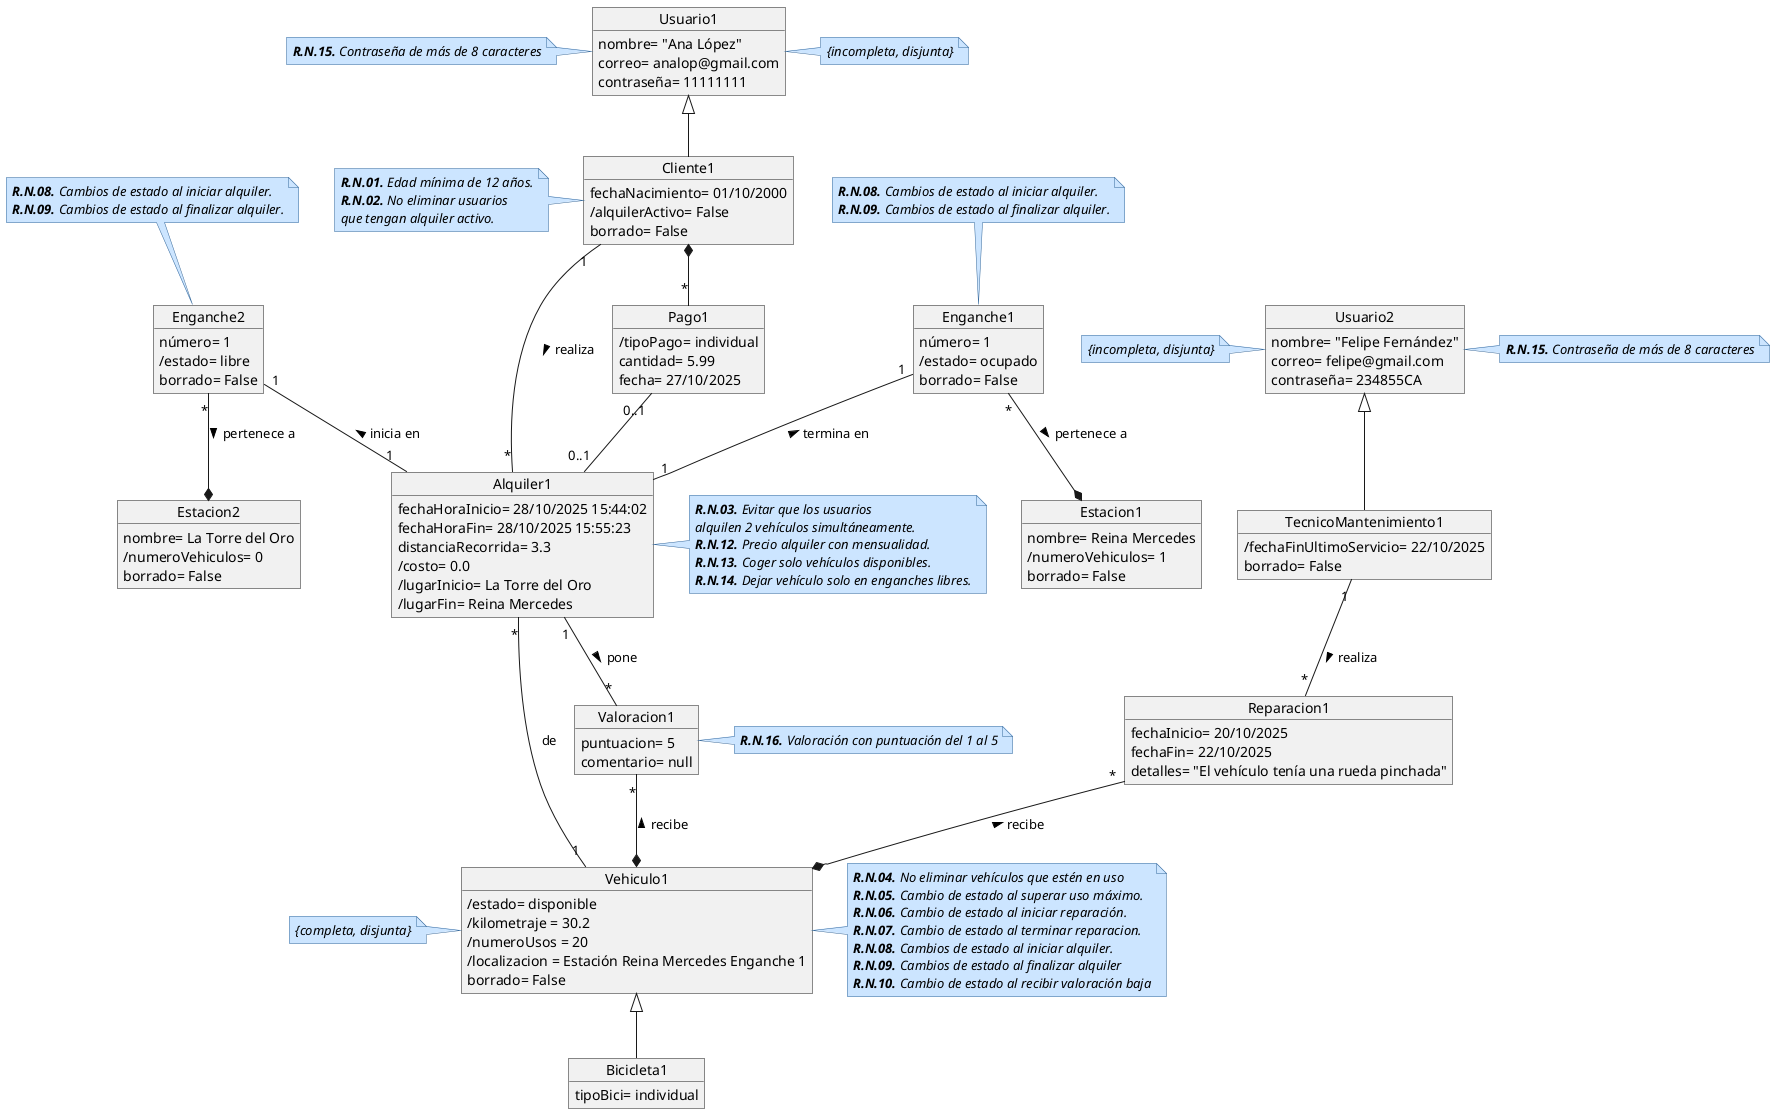
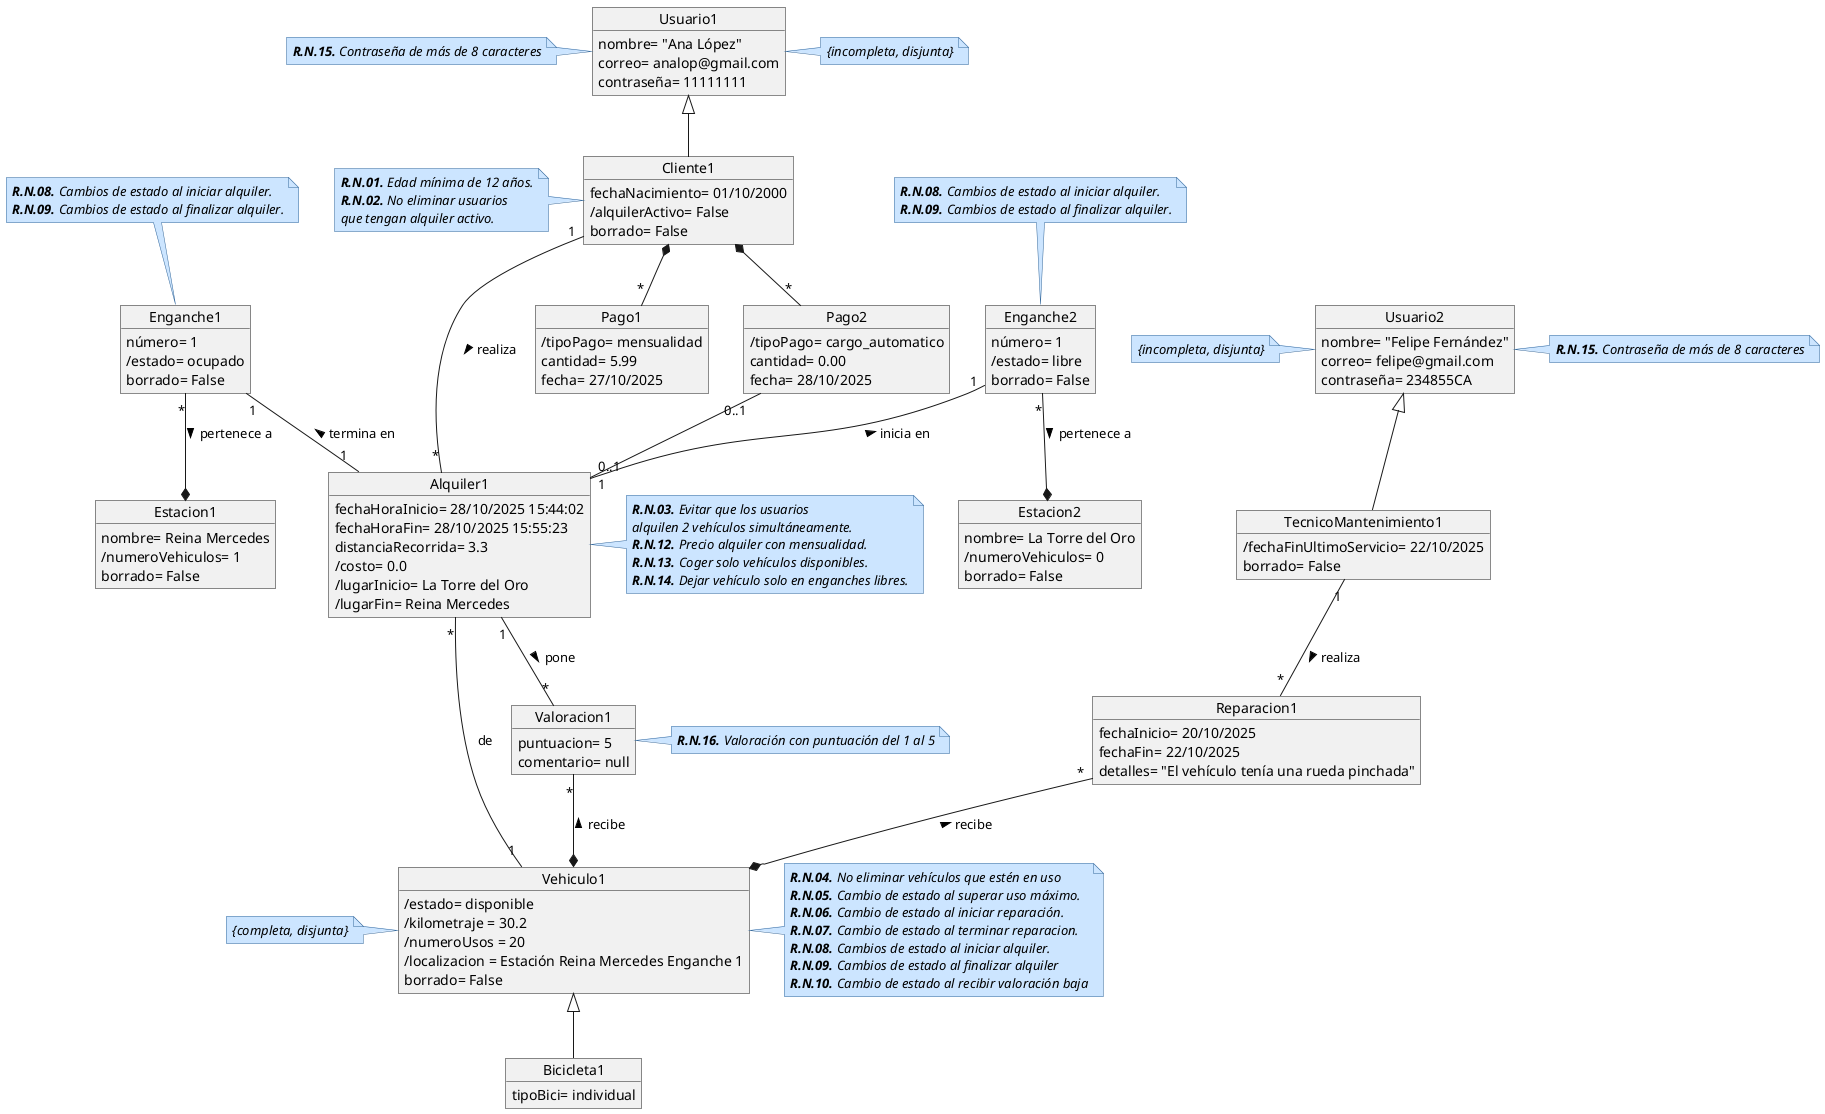
@startuml DiagramaClases

skinparam note {
  BackgroundColor #cce5ff
  BorderColor #336699
  FontStyle italic
}

object Usuario1 {
    nombre= "Ana López"
    correo= analop@gmail.com
    contraseña= 11111111
}
note right: {incompleta, disjunta}
note left of Usuario1
'''
**R.N.15.** Contraseña de más de 8 caracteres
'''
end note

object Usuario2 {
    nombre= "Felipe Fernández"
    correo= felipe@gmail.com
    contraseña= 234855CA
}
note left: {incompleta, disjunta}
note right of Usuario2
'''
**R.N.15.** Contraseña de más de 8 caracteres
'''
end note


object Cliente1 {
    fechaNacimiento= 01/10/2000
    /alquilerActivo= False
    borrado= False
}
note left
'''
**R.N.01.** Edad mínima de 12 años.
**R.N.02.** No eliminar usuarios
que tengan alquiler activo.
'''
end note

object Pago1 {
-     /tipoPago= individual
+     /tipoPago= mensualidad
    cantidad= 5.99
    fecha= 27/10/2025
+ }
+ 
+ object Pago2 {
+     /tipoPago= cargo_automatico
+     cantidad= 0.00
+     fecha= 28/10/2025
}
'Tipo pago puede ser o mensual o individual


object TecnicoMantenimiento1 {
    /fechaFinUltimoServicio= 22/10/2025
    borrado= False
}

object Reparacion1 {
    fechaInicio= 20/10/2025
    fechaFin= 22/10/2025
    detalles= "El vehículo tenía una rueda pinchada"
}



object Valoracion1 {
    puntuacion= 5
    comentario= null
}
note right
'''
**R.N.16.** Valoración con puntuación del 1 al 5
'''
end note

/'
La distancia recorrida la cuenta el vehículo con un
medidor incorporado y solo se registra cuando termina el recorrido.
Por eso mismo no es derivada de lugar inicio o fin, porque si no si acabas
en el mismo sitio la distancia recorrida sería 0.
'/
object Alquiler1 {
    fechaHoraInicio= 28/10/2025 15:44:02
    fechaHoraFin= 28/10/2025 15:55:23
    distanciaRecorrida= 3.3
    /costo= 0.0
    /lugarInicio= La Torre del Oro
    /lugarFin= Reina Mercedes
}
note right
'''
**R.N.03.** Evitar que los usuarios
alquilen 2 vehículos simultáneamente.
**R.N.12.** Precio alquiler con mensualidad.
**R.N.13.** Coger solo vehículos disponibles.
**R.N.14.** Dejar vehículo solo en enganches libres.
'''
end note

/'
La localización del vehículo se muestra cuando se guarda el vehículo.
No se guarda localización por GPS.
'/
object Vehiculo1 {
    /estado= disponible
    /kilometraje = 30.2
    /numeroUsos = 20
    /localizacion = Estación Reina Mercedes Enganche 1
    borrado= False
}
note right
'''
**R.N.04.** No eliminar vehículos que estén en uso
**R.N.05.** Cambio de estado al superar uso máximo.
**R.N.06.** Cambio de estado al iniciar reparación.
**R.N.07.** Cambio de estado al terminar reparacion.
**R.N.08.** Cambios de estado al iniciar alquiler.
**R.N.09.** Cambios de estado al finalizar alquiler
**R.N.10.** Cambio de estado al recibir valoración baja
'''
end note
note left of Vehiculo1: {completa, disjunta}


object Estacion1 {
    nombre= Reina Mercedes
    /numeroVehiculos= 1
    borrado= False
}

object Enganche1 {
    número= 1
    /estado= ocupado
    borrado= False
}
note top
'''
 **R.N.08.** Cambios de estado al iniciar alquiler.
 **R.N.09.** Cambios de estado al finalizar alquiler.
'''
end note

object Estacion2 {
    nombre= La Torre del Oro
    /numeroVehiculos= 0
    borrado= False
}

object Enganche2 {
    número= 1
    /estado= libre
    borrado= False
}
note top
'''
 **R.N.08.** Cambios de estado al iniciar alquiler.
 **R.N.09.** Cambios de estado al finalizar alquiler.
'''
end note

object Bicicleta1 {
    tipoBici= individual
}


Usuario1 <|-- Cliente1
Usuario2 <|-- TecnicoMantenimiento1

Enganche1 "*"--* Estacion1 : pertenece a >
Enganche2 "*"--* Estacion2 : pertenece a >

'Relación directa valoraciones'
Alquiler1 "1"--"*" Valoracion1 : pone >
Valoracion1 "*"--* Vehiculo1 : recibe <

TecnicoMantenimiento1 "1"--"*" Reparacion1 : realiza >
Reparacion1 "*"--* Vehiculo1 : recibe <

Enganche1 "1" --"1" Alquiler1: termina en <
Enganche2 "1" --"1" Alquiler1: inicia en <



'Relacion de Alquileres'
Cliente1 "1"--"*"  Alquiler1: realiza >

Alquiler1 "*"--"1" Vehiculo1: de

'Relacion Pago'
Cliente1 *--"*" Pago1
- Pago1 "0..1"--"0..1" Alquiler1
+ Cliente1 *--"*" Pago2
+ Pago2 "0..1"--"0..1" Alquiler1

Vehiculo1 <|-- Bicicleta1


@enduml